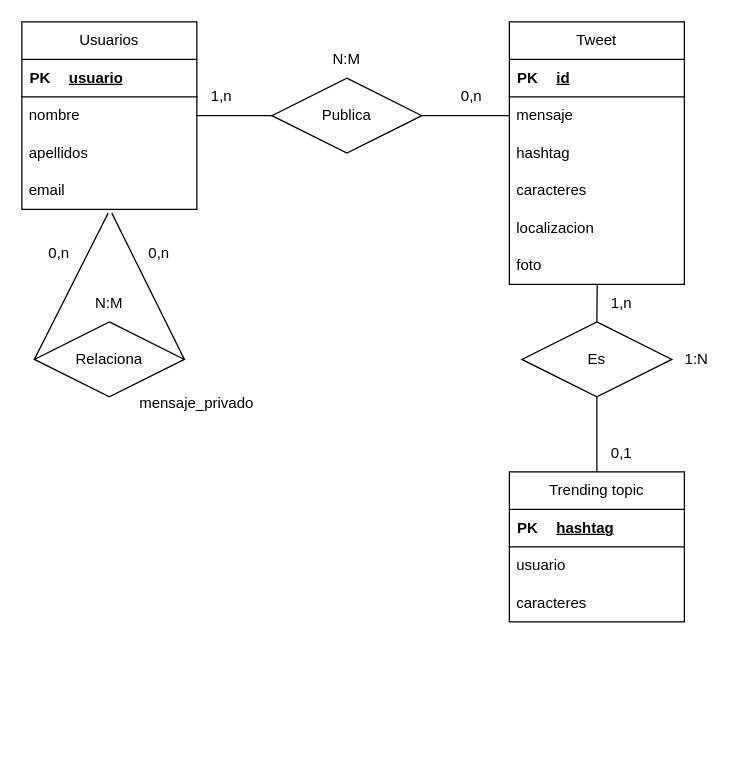
Earlier version of the draw.io diagram Ejercicio16.drawio (Daninuro/diagrames-cvf-dn-mpl-n-11102023). Source tidied: cells renumbered, new cells numbered last; positions are measured from the earlier drawing's top-left corner, leaving out a move shared by most shapes. Both pictures are drawn from the tidied source at 125%, with x=0, y=0 at pixel (21, 21).
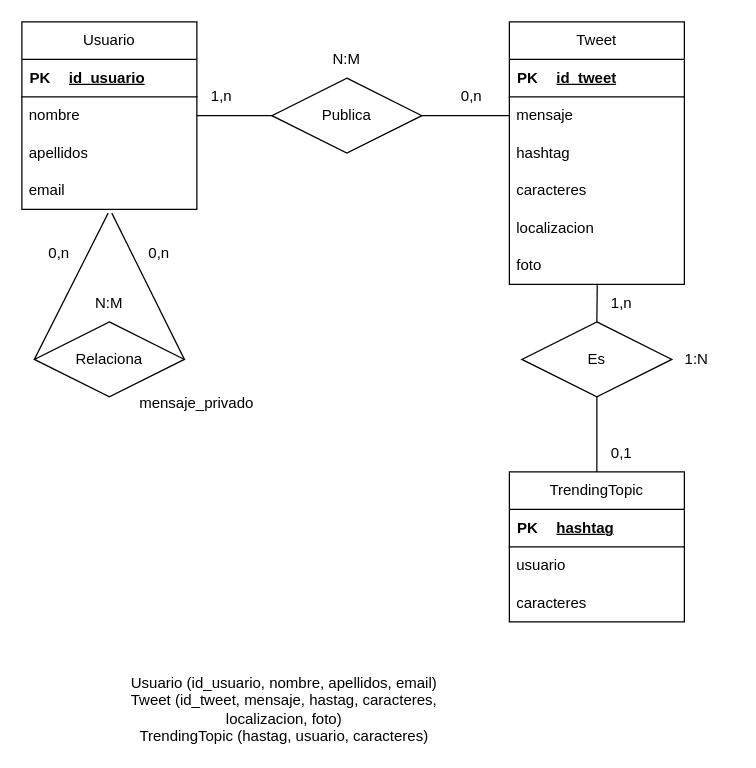
After the change.

Unchanged cells that the change refers to:
```xml
<mxCell id="4" style="shape=tableRow;horizontal=0;startSize=0;swimlaneHead=0;swimlaneBody=0;fillColor=none;top=0;left=0;right=0;bottom=1;" parent="3" vertex="1">
  <mxGeometry width="140" height="30" as="geometry" />
</mxCell>
<mxCell id="14" style="shape=tableRow;horizontal=0;startSize=0;swimlaneHead=0;swimlaneBody=0;fillColor=none;top=0;left=0;right=0;bottom=1;" parent="13" vertex="1">
  <mxGeometry width="140" height="30" as="geometry" />
</mxCell>
```

What changed in the source:
```diff
@@
-    <mxCell id="6" value="id" style="shape=partialRectangle;fillColor=none;top=0;left=0;bottom=0;right=0;align=left;spacingLeft=6;fontStyle=5;overflow=hidden;whiteSpace=wrap;html=1;" parent="4" vertex="1">
+    <mxCell id="6" value="id_tweet" style="shape=partialRectangle;fillColor=none;top=0;left=0;bottom=0;right=0;align=left;spacingLeft=6;fontStyle=5;overflow=hidden;whiteSpace=wrap;html=1;" parent="4" vertex="1">
       <mxGeometry x="30" width="110" height="30" as="geometry" />
     </mxCell>
@@
-    <mxCell id="12" value="Usuarios" style="swimlane;fontStyle=0;horizontal=1;startSize=30;whiteSpace=wrap;html=1;" parent="1" vertex="1">
+    <mxCell id="12" value="Usuario" style="swimlane;fontStyle=0;horizontal=1;startSize=30;whiteSpace=wrap;html=1;" parent="1" vertex="1">
       <mxGeometry width="140" height="150" as="geometry" />
     </mxCell>
@@
-    <mxCell id="16" value="usuario" style="shape=partialRectangle;fillColor=none;top=0;left=0;bottom=0;right=0;align=left;spacingLeft=6;fontStyle=5;overflow=hidden;whiteSpace=wrap;html=1;" parent="14" vertex="1">
+    <mxCell id="16" value="id_usuario" style="shape=partialRectangle;fillColor=none;top=0;left=0;bottom=0;right=0;align=left;spacingLeft=6;fontStyle=5;overflow=hidden;whiteSpace=wrap;html=1;" parent="14" vertex="1">
       <mxGeometry x="30" width="110" height="30" as="geometry" />
     </mxCell>
@@
-    <mxCell id="20" value="Trending topic" style="swimlane;fontStyle=0;horizontal=1;startSize=30;whiteSpace=wrap;html=1;" parent="1" vertex="1">
+    <mxCell id="20" value="TrendingTopic" style="swimlane;fontStyle=0;horizontal=1;startSize=30;whiteSpace=wrap;html=1;" parent="1" vertex="1">
       <mxGeometry x="390" y="360" width="140" height="120" as="geometry" />
     </mxCell>
@@
+    <mxCell id="46" value="Usuario (id_usuario, nombre, apellidos, email)&lt;br&gt;Tweet (id_tweet, mensaje, hastag, caracteres, localizacion, foto)&lt;br&gt;TrendingTopic (hastag, usuario, caracteres)" style="text;html=1;strokeColor=none;fillColor=none;align=center;verticalAlign=middle;whiteSpace=wrap;rounded=0;" parent="1" vertex="1">
+      <mxGeometry x="70" y="535" width="280" height="30" as="geometry" />
+    </mxCell>
```
